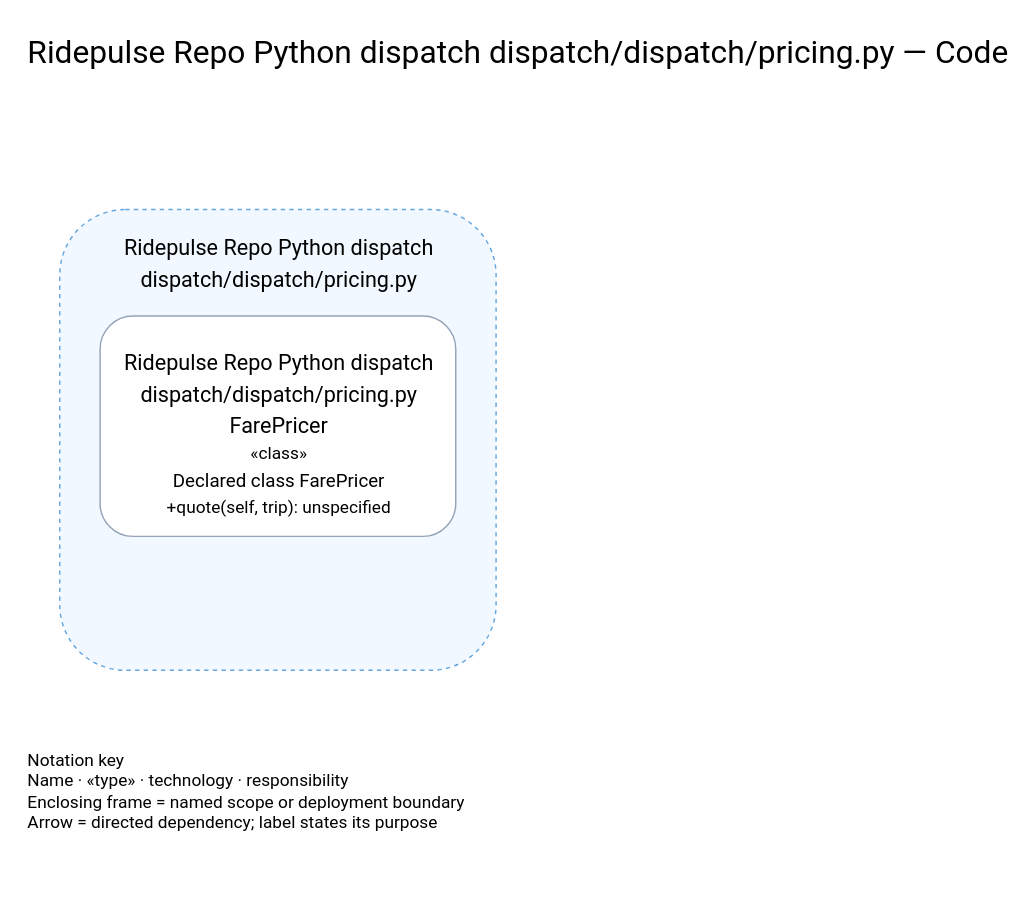
Before: examples/ride-dispatch/from-source-code/analysis/04-code/code-ridepulse-repo-python-dispatch-dispatch-dispatch-pricing-py.drawio in tyler59simon/architecture-suite-plugin, a draw.io diagram. Source tidied: cells renumbered, new cells numbered last; positions are measured from the earlier drawing's top-left corner, leaving out a move shared by most shapes. Both pictures are drawn from the tidied source at 144%, with x=0, y=0 at pixel (24, 24).
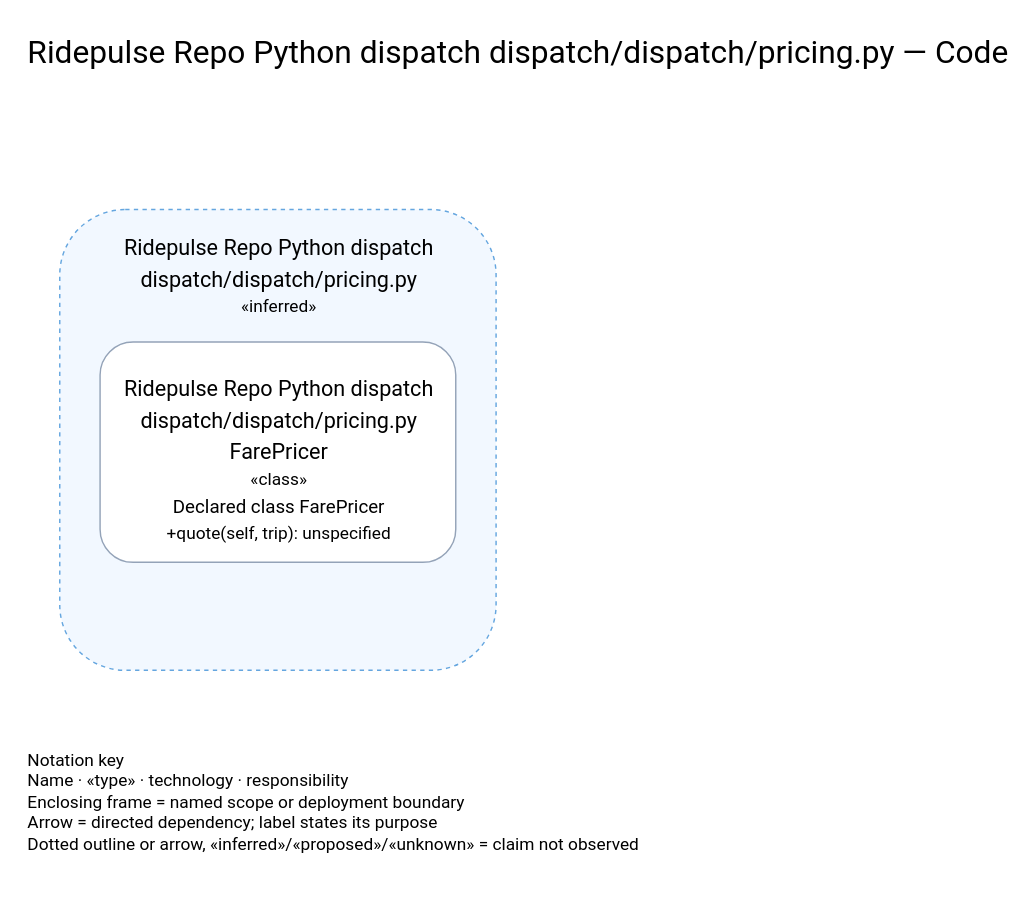
Above is the later version.

The edit, as a diff of the source:
```diff
@@
 <mxGraphModel>
   <root>
     <mxCell id="0" />
     <mxCell id="1" parent="0" />
     <mxCell id="2" value="Ridepulse Repo Python dispatch dispatch/dispatch/pricing.py — Code" style="text;html=1;fontSize=22;align=left;fontFamily=Roboto;" parent="1" vertex="1">
       <mxGeometry width="564" height="55" as="geometry" />
     </mxCell>
     <mxCell id="3" style="rounded=1;fillColor=#f2f8ff;strokeColor=#65a6df;dashed=1;" parent="1" vertex="1">
       <mxGeometry x="24" y="128" width="303" height="320" as="geometry" />
     </mxCell>
     <mxCell id="4" value="Ridepulse Repo Python dispatch" style="text;html=1;align=center;fontSize=15;fontFamily=Roboto;spacing=0;" parent="3" vertex="1">
       <mxGeometry y="13" width="303" height="22" as="geometry" />
     </mxCell>
     <mxCell id="5" value="dispatch/dispatch/pricing.py" style="text;html=1;align=center;fontSize=15;fontFamily=Roboto;spacing=0;" parent="3" vertex="1">
       <mxGeometry y="35" width="303" height="22" as="geometry" />
     </mxCell>
+    <mxCell id="14" value="«inferred»" style="text;html=1;align=center;fontSize=12;fontFamily=Roboto;spacing=0;" parent="3" vertex="1">
+      <mxGeometry y="56" width="303" height="18" as="geometry" />
+    </mxCell>
     <mxCell id="6" style="rounded=1;fillColor=#ffffff;strokeColor=#94a3b8;dashed=0;" parent="3" vertex="1">
-      <mxGeometry x="28" y="74" width="247" height="153" as="geometry" />
+      <mxGeometry x="28" y="92" width="247" height="153" as="geometry" />
     </mxCell>
     <mxCell id="7" value="Ridepulse Repo Python dispatch" style="text;html=1;align=center;fontSize=15;fontFamily=Roboto;spacing=0;" parent="6" vertex="1">
       <mxGeometry y="19" width="247" height="22" as="geometry" />
     </mxCell>
     <mxCell id="8" value="dispatch/dispatch/pricing.py" style="text;html=1;align=center;fontSize=15;fontFamily=Roboto;spacing=0;" parent="6" vertex="1">
       <mxGeometry y="41" width="247" height="22" as="geometry" />
     </mxCell>
     <mxCell id="9" value="FarePricer" style="text;html=1;align=center;fontSize=15;fontFamily=Roboto;spacing=0;" parent="6" vertex="1">
       <mxGeometry y="63" width="247" height="22" as="geometry" />
     </mxCell>
     <mxCell id="10" value="«class»" style="text;html=1;align=center;fontSize=12;fontFamily=Roboto;spacing=0;" parent="6" vertex="1">
       <mxGeometry y="84" width="247" height="18" as="geometry" />
     </mxCell>
     <mxCell id="11" value="Declared class FarePricer" style="text;html=1;align=center;fontSize=13;fontFamily=Roboto;spacing=0;" parent="6" vertex="1">
       <mxGeometry y="102" width="247" height="19" as="geometry" />
     </mxCell>
     <mxCell id="12" value="+quote(self, trip): unspecified" style="text;html=1;align=center;fontSize=12;fontFamily=Roboto;spacing=0;" parent="6" vertex="1">
       <mxGeometry y="121" width="247" height="18" as="geometry" />
     </mxCell>
-    <mxCell id="13" value="Notation key&lt;br&gt;Name · «type» · technology · responsibility&lt;br&gt;Enclosing frame = named scope or deployment boundary&lt;br&gt;Arrow = directed dependency; label states its purpose" style="text;html=1;align=left;fontSize=12;fontFamily=Roboto;" parent="1" vertex="1">
+    <mxCell id="13" value="Notation key&lt;br&gt;Name · «type» · technology · responsibility&lt;br&gt;Enclosing frame = named scope or deployment boundary&lt;br&gt;Arrow = directed dependency; label states its purpose&lt;br&gt;Dotted outline or arrow, «inferred»/«proposed»/«unknown» = claim not observed" style="text;html=1;align=left;fontSize=12;fontFamily=Roboto;" parent="1" vertex="1">
       <mxGeometry y="497" width="560" height="100" as="geometry" />
     </mxCell>
   </root>
 </mxGraphModel>
```
